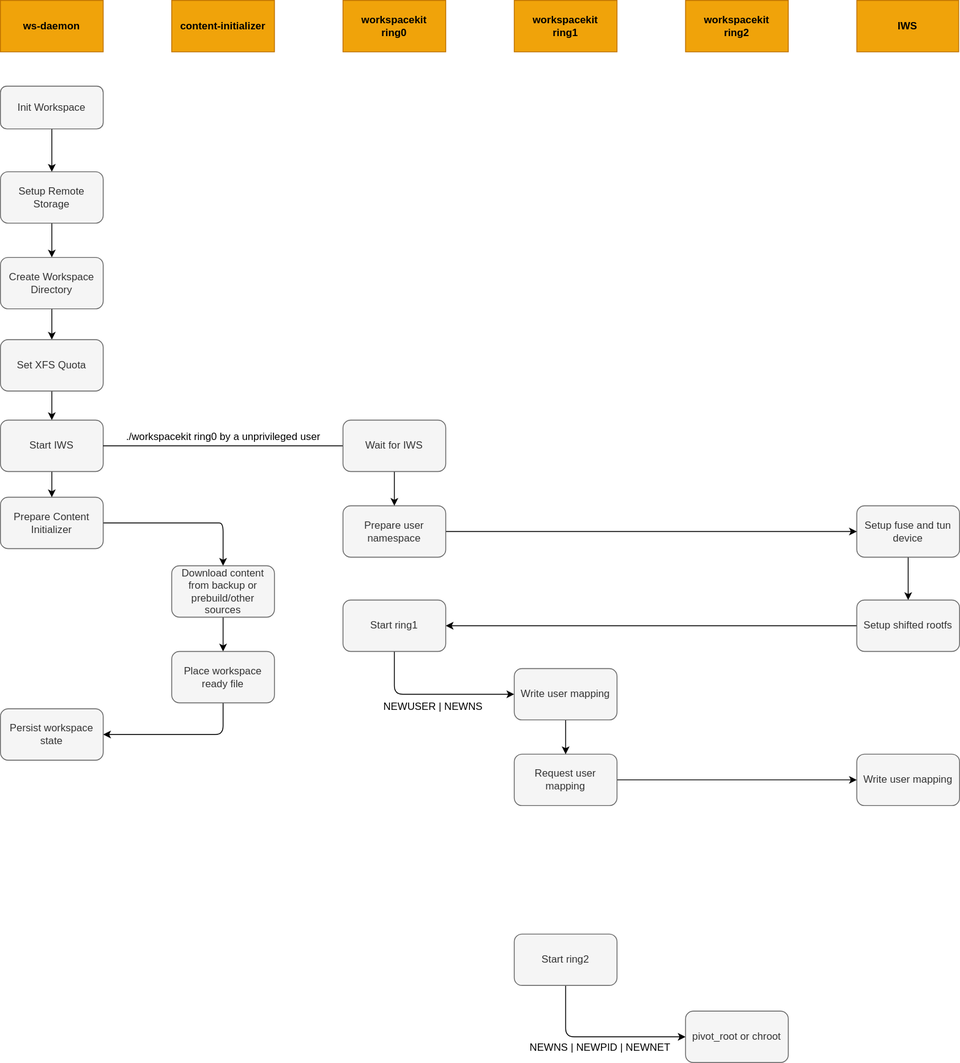
Earlier version of the draw.io export docs/workspace/architecture.drawio.svg (gitpod-io/gitpod). Source tidied: cells renumbered, new cells last; positions are measured from the earlier drawing's top-left corner, leaving out a move shared by most shapes.
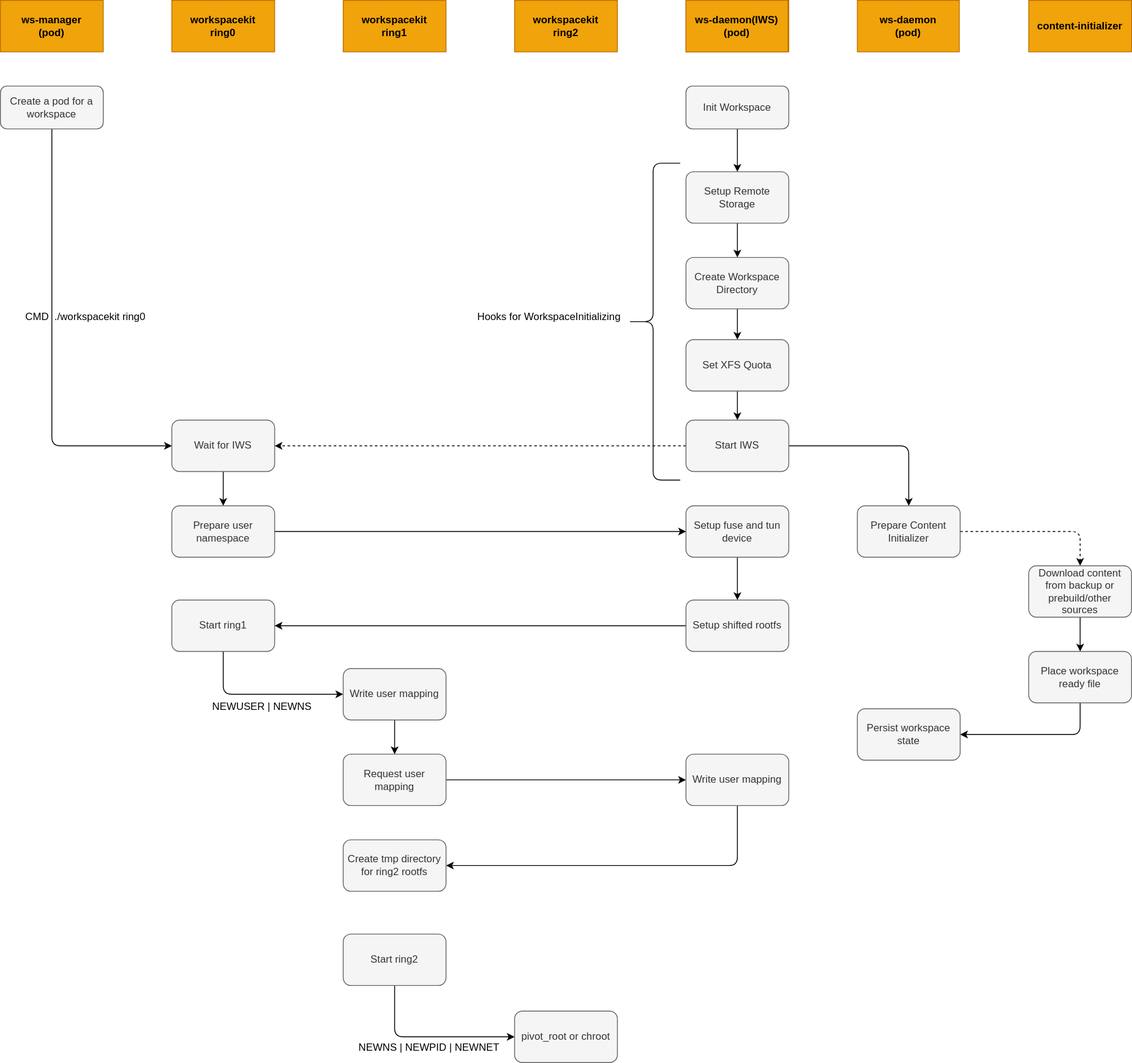
Above is the later version.

Commit message:
docs: add the process of how workspacekit is execed.

Change to the diagram source:
```diff
@@ -3,81 +3,85 @@
     <mxCell id="0" />
     <mxCell id="1" parent="0" />
     <mxCell id="2" value="ws-daemon" style="rounded=0;whiteSpace=wrap;html=1;fillColor=#f0a30a;fontColor=#000000;strokeColor=#BD7000;fontStyle=1;" parent="1" vertex="1">
-      <mxGeometry width="120" height="60" as="geometry" />
+      <mxGeometry x="1000" width="120" height="60" as="geometry" />
     </mxCell>
     <mxCell id="3" value="workspacekit&lt;br&gt;ring0" style="rounded=0;whiteSpace=wrap;html=1;fillColor=#f0a30a;fontColor=#000000;strokeColor=#BD7000;fontStyle=1;" parent="1" vertex="1">
       <mxGeometry x="400" width="120" height="60" as="geometry" />
     </mxCell>
     <mxCell id="4" value="content-initializer" style="rounded=0;whiteSpace=wrap;html=1;fillColor=#f0a30a;fontColor=#000000;strokeColor=#BD7000;fontStyle=1;" parent="1" vertex="1">
-      <mxGeometry x="200" width="120" height="60" as="geometry" />
+      <mxGeometry x="1400" width="120" height="60" as="geometry" />
     </mxCell>
-    <mxCell id="5" value="IWS" style="rounded=0;whiteSpace=wrap;html=1;fillColor=#f0a30a;fontColor=#000000;strokeColor=#BD7000;fontStyle=1;" parent="1" vertex="1">
+    <mxCell id="5" value="ws-daemon(IWS)&lt;br&gt;(pod)" style="rounded=0;whiteSpace=wrap;html=1;fillColor=#f0a30a;fontColor=#000000;strokeColor=#BD7000;fontStyle=1;" parent="1" vertex="1">
       <mxGeometry x="1000" width="119" height="60" as="geometry" />
     </mxCell>
     <mxCell id="6" style="edgeStyle=none;html=1;endArrow=classic;endFill=1;" parent="1" edge="1" source="7" target="9">
       <mxGeometry relative="1" as="geometry" />
     </mxCell>
     <mxCell id="7" value="Init Workspace" style="rounded=1;whiteSpace=wrap;html=1;labelBackgroundColor=none;fillColor=#f5f5f5;fontColor=#333333;strokeColor=#666666;" parent="1" vertex="1">
-      <mxGeometry y="100" width="120" height="50" as="geometry" />
+      <mxGeometry x="1000" y="100" width="120" height="50" as="geometry" />
     </mxCell>
     <mxCell id="8" style="edgeStyle=none;html=1;entryX=0.5;entryY=0;entryDx=0;entryDy=0;endArrow=classic;endFill=1;" parent="1" edge="1" source="9" target="11">
       <mxGeometry relative="1" as="geometry" />
     </mxCell>
     <mxCell id="9" value="Setup Remote Storage" style="rounded=1;whiteSpace=wrap;html=1;labelBackgroundColor=none;fillColor=#f5f5f5;fontColor=#333333;strokeColor=#666666;" parent="1" vertex="1">
-      <mxGeometry y="200" width="120" height="60" as="geometry" />
+      <mxGeometry x="1000" y="200" width="120" height="60" as="geometry" />
     </mxCell>
     <mxCell id="10" style="edgeStyle=none;html=1;entryX=0.5;entryY=0;entryDx=0;entryDy=0;endArrow=classic;endFill=1;" parent="1" edge="1" source="11" target="13">
       <mxGeometry relative="1" as="geometry" />
     </mxCell>
     <mxCell id="11" value="Create Workspace Directory" style="rounded=1;whiteSpace=wrap;html=1;labelBackgroundColor=none;fillColor=#f5f5f5;fontColor=#333333;strokeColor=#666666;" parent="1" vertex="1">
-      <mxGeometry y="300" width="120" height="60" as="geometry" />
+      <mxGeometry x="1000" y="300" width="120" height="60" as="geometry" />
     </mxCell>
     <mxCell id="12" style="edgeStyle=none;html=1;endArrow=classic;endFill=1;" parent="1" edge="1" source="13" target="17">
       <mxGeometry relative="1" as="geometry" />
     </mxCell>
     <mxCell id="13" value="Set XFS Quota" style="rounded=1;whiteSpace=wrap;html=1;labelBackgroundColor=none;fillColor=#f5f5f5;fontColor=#333333;strokeColor=#666666;" parent="1" vertex="1">
-      <mxGeometry y="396" width="120" height="60" as="geometry" />
+      <mxGeometry x="1000" y="396" width="120" height="60" as="geometry" />
     </mxCell>
-    <mxCell id="14" style="edgeStyle=none;html=1;entryX=0.5;entryY=0;entryDx=0;entryDy=0;endArrow=classic;endFill=1;jumpStyle=none;rounded=1;" parent="1" edge="1" source="15" target="19">
+    <mxCell id="14" style="edgeStyle=none;html=1;exitX=1;exitY=0.5;exitDx=0;exitDy=0;entryX=0.5;entryY=0;entryDx=0;entryDy=0;dashed=1;" parent="1" edge="1" source="15" target="19">
       <mxGeometry relative="1" as="geometry">
         <Array as="points">
-          <mxPoint x="242" y="610" />
-          <mxPoint x="260" y="610" />
+          <mxPoint x="1460" y="620" />
         </Array>
       </mxGeometry>
     </mxCell>
     <mxCell id="15" value="Prepare Content Initializer" style="rounded=1;whiteSpace=wrap;html=1;labelBackgroundColor=none;fillColor=#f5f5f5;fontColor=#333333;strokeColor=#666666;" parent="1" vertex="1">
-      <mxGeometry y="580" width="120" height="60" as="geometry" />
+      <mxGeometry x="1200" y="590" width="120" height="60" as="geometry" />
     </mxCell>
     <mxCell id="16" style="edgeStyle=none;html=1;endArrow=classic;endFill=1;" parent="1" edge="1" source="17" target="15">
-      <mxGeometry relative="1" as="geometry" />
+      <mxGeometry relative="1" as="geometry">
+        <Array as="points">
+          <mxPoint x="1260" y="520" />
+        </Array>
+      </mxGeometry>
     </mxCell>
+    <mxCell id="47" style="edgeStyle=none;html=1;exitX=0;exitY=0.5;exitDx=0;exitDy=0;entryX=1;entryY=0.5;entryDx=0;entryDy=0;dashed=1;" parent="1" edge="1" source="17" target="25">
+      <mxGeometry relative="1" as="geometry" />
+    </mxCell>
     <mxCell id="17" value="Start IWS" style="rounded=1;whiteSpace=wrap;html=1;labelBackgroundColor=none;fillColor=#f5f5f5;fontColor=#333333;strokeColor=#666666;" parent="1" vertex="1">
-      <mxGeometry y="490" width="120" height="60" as="geometry" />
+      <mxGeometry x="1000" y="490" width="120" height="60" as="geometry" />
     </mxCell>
     <mxCell id="18" style="edgeStyle=none;rounded=1;jumpStyle=none;html=1;endArrow=classic;endFill=1;" parent="1" edge="1" source="19" target="21">
       <mxGeometry relative="1" as="geometry" />
     </mxCell>
     <mxCell id="19" value="Download content from backup or prebuild/other sources" style="rounded=1;whiteSpace=wrap;html=1;labelBackgroundColor=none;fillColor=#f5f5f5;fontColor=#333333;strokeColor=#666666;" parent="1" vertex="1">
-      <mxGeometry x="200" y="660" width="120" height="60" as="geometry" />
+      <mxGeometry x="1400" y="660" width="120" height="60" as="geometry" />
     </mxCell>
-    <mxCell id="20" style="edgeStyle=none;rounded=1;jumpStyle=none;html=1;entryX=1;entryY=0.5;entryDx=0;entryDy=0;endArrow=classic;endFill=1;" parent="1" edge="1" source="21" target="22">
+    <mxCell id="20" style="edgeStyle=none;rounded=1;jumpStyle=none;html=1;entryX=1;entryY=0.5;entryDx=0;entryDy=0;endArrow=classic;endFill=1;" parent="1" edge="1" source="21">
       <mxGeometry relative="1" as="geometry">
+        <mxPoint x="1320" y="857" as="targetPoint" />
         <Array as="points">
-          <mxPoint x="260" y="857" />
-          <mxPoint x="242" y="857" />
+          <mxPoint x="1460" y="857" />
+          <mxPoint x="1442" y="857" />
         </Array>
       </mxGeometry>
     </mxCell>
     <mxCell id="21" value="Place workspace ready file" style="rounded=1;whiteSpace=wrap;html=1;labelBackgroundColor=none;fillColor=#f5f5f5;fontColor=#333333;strokeColor=#666666;" parent="1" vertex="1">
-      <mxGeometry x="200" y="760" width="120" height="60" as="geometry" />
+      <mxGeometry x="1400" y="760" width="120" height="60" as="geometry" />
     </mxCell>
     <mxCell id="22" value="Persist workspace state" style="rounded=1;whiteSpace=wrap;html=1;labelBackgroundColor=none;fillColor=#f5f5f5;fontColor=#333333;strokeColor=#666666;" parent="1" vertex="1">
-      <mxGeometry y="827" width="120" height="60" as="geometry" />
+      <mxGeometry x="1200" y="827" width="120" height="60" as="geometry" />
     </mxCell>
-    <mxCell id="23" style="edgeStyle=none;html=1;entryX=1;entryY=0.5;entryDx=0;entryDy=0;endArrow=none;endFill=0;" parent="1" edge="1" source="25" target="17">
-      <mxGeometry relative="1" as="geometry" />
-    </mxCell>
     <mxCell id="24" style="edgeStyle=none;rounded=1;jumpStyle=none;html=1;endArrow=classic;endFill=1;" parent="1" edge="1" source="25" target="29">
       <mxGeometry relative="1" as="geometry" />
     </mxCell>
@@ -112,6 +116,13 @@
     <mxCell id="33" value="Start ring1" style="rounded=1;whiteSpace=wrap;html=1;labelBackgroundColor=none;fillColor=#f5f5f5;fontColor=#333333;strokeColor=#666666;" parent="1" vertex="1">
       <mxGeometry x="400" y="700" width="120" height="60" as="geometry" />
     </mxCell>
+    <mxCell id="48" style="edgeStyle=none;html=1;exitX=0.5;exitY=1;exitDx=0;exitDy=0;entryX=1;entryY=0.5;entryDx=0;entryDy=0;" parent="1" edge="1" source="34" target="49">
+      <mxGeometry relative="1" as="geometry">
+        <Array as="points">
+          <mxPoint x="1060" y="1010" />
+        </Array>
+      </mxGeometry>
+    </mxCell>
     <mxCell id="34" value="Write user mapping" style="rounded=1;whiteSpace=wrap;html=1;labelBackgroundColor=none;fillColor=#f5f5f5;fontColor=#333333;strokeColor=#666666;" parent="1" vertex="1">
       <mxGeometry x="1000" y="880" width="120" height="60" as="geometry" />
     </mxCell>
@@ -121,8 +132,8 @@
     <mxCell id="36" value="Request user mapping" style="rounded=1;whiteSpace=wrap;html=1;labelBackgroundColor=none;fillColor=#f5f5f5;fontColor=#333333;strokeColor=#666666;" parent="1" vertex="1">
       <mxGeometry x="600" y="880" width="120" height="60" as="geometry" />
     </mxCell>
-    <mxCell id="37" value="./workspacekit ring0 by a unprivileged user" style="text;html=1;align=center;verticalAlign=middle;strokeColor=none;fillColor=none;" parent="1" vertex="1">
-      <mxGeometry x="140" y="500" width="240" height="20" as="geometry" />
+    <mxCell id="37" value="CMD&amp;nbsp; ./workspacekit ring0" style="text;html=1;align=center;verticalAlign=middle;strokeColor=none;fillColor=none;" parent="1" vertex="1">
+      <mxGeometry x="219" y="360" width="160" height="20" as="geometry" />
     </mxCell>
     <mxCell id="38" value="workspacekit&lt;br&gt;ring1" style="rounded=0;whiteSpace=wrap;html=1;fillColor=#f0a30a;fontColor=#000000;strokeColor=#BD7000;fontStyle=1;" parent="1" vertex="1">
       <mxGeometry x="600" width="120" height="60" as="geometry" />
@@ -155,5 +166,30 @@
     <mxCell id="46" value="NEWNS | NEWPID | NEWNET" style="text;html=1;align=center;verticalAlign=middle;strokeColor=none;fillColor=none;" parent="1" vertex="1">
       <mxGeometry x="610" y="1213" width="180" height="20" as="geometry" />
     </mxCell>
+    <mxCell id="49" value="Create tmp directory for ring2 rootfs" style="rounded=1;whiteSpace=wrap;html=1;labelBackgroundColor=none;fillColor=#f5f5f5;fontColor=#333333;strokeColor=#666666;" parent="1" vertex="1">
+      <mxGeometry x="600" y="980" width="120" height="60" as="geometry" />
+    </mxCell>
+    <mxCell id="50" value="ws-manager&lt;br&gt;(pod)" style="rounded=0;whiteSpace=wrap;html=1;fillColor=#f0a30a;fontColor=#000000;strokeColor=#BD7000;fontStyle=1;" parent="1" vertex="1">
+      <mxGeometry x="200" width="120" height="60" as="geometry" />
+    </mxCell>
+    <mxCell id="51" style="edgeStyle=none;html=1;exitX=0.5;exitY=1;exitDx=0;exitDy=0;entryX=0;entryY=0.5;entryDx=0;entryDy=0;" parent="1" edge="1" source="52" target="25">
+      <mxGeometry relative="1" as="geometry">
+        <Array as="points">
+          <mxPoint x="260" y="520" />
+        </Array>
+      </mxGeometry>
+    </mxCell>
+    <mxCell id="52" value="Create a pod for a workspace" style="rounded=1;whiteSpace=wrap;html=1;labelBackgroundColor=none;fillColor=#f5f5f5;fontColor=#333333;strokeColor=#666666;" parent="1" vertex="1">
+      <mxGeometry x="200" y="100" width="120" height="50" as="geometry" />
+    </mxCell>
+    <mxCell id="53" value="ws-daemon&lt;br&gt;(pod)" style="rounded=0;whiteSpace=wrap;html=1;fillColor=#f0a30a;fontColor=#000000;strokeColor=#BD7000;fontStyle=1;" parent="1" vertex="1">
+      <mxGeometry x="1200" width="119" height="60" as="geometry" />
+    </mxCell>
+    <mxCell id="54" style="shape=curlyBracket;whiteSpace=wrap;html=1;rounded=1;" parent="1" vertex="1">
+      <mxGeometry x="930" y="190" width="63.3" height="370" as="geometry" />
+    </mxCell>
+    <mxCell id="55" value="Hooks for WorkspaceInitializing" style="text;html=1;align=center;verticalAlign=middle;strokeColor=none;fillColor=none;" parent="1" vertex="1">
+      <mxGeometry x="750" y="360" width="180" height="20" as="geometry" />
+    </mxCell>
   </root>
 </mxGraphModel>
```
